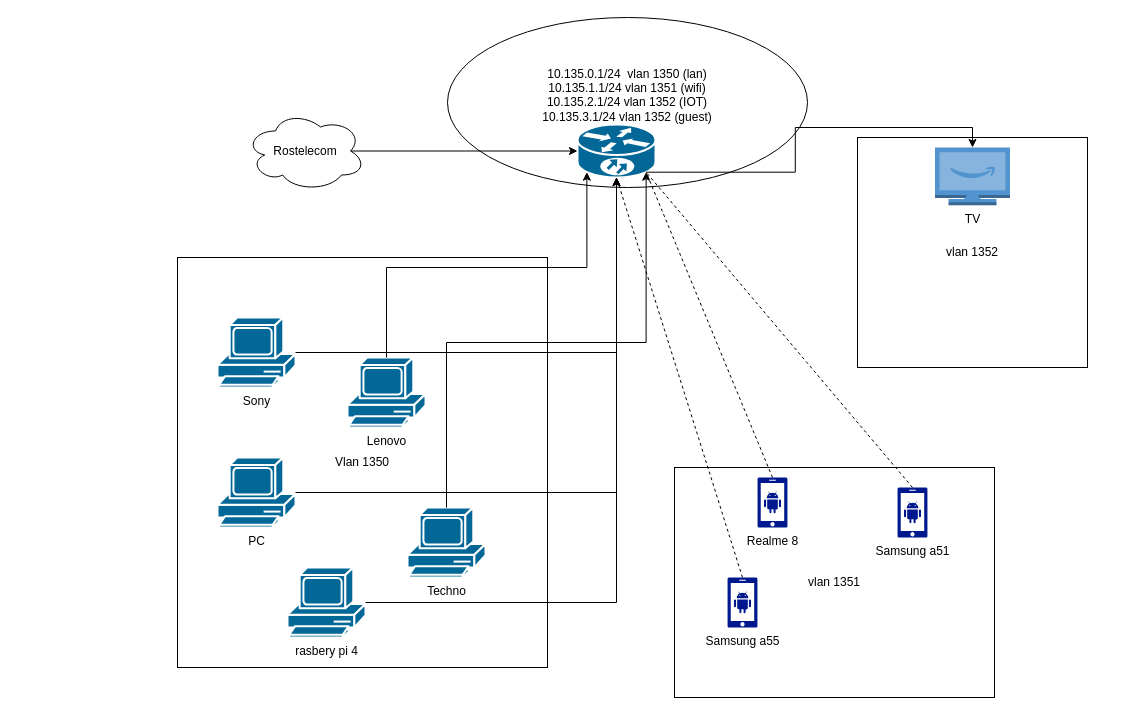
Earlier version of the draw.io diagram network-tosno.drawio (admin1350/PetroStudying). Source tidied: cells renumbered, new cells numbered last; positions are measured from the earlier drawing's top-left corner, leaving out a move shared by most shapes. Both pictures are drawn from the tidied source at 100%, with x=0, y=0 at pixel (177, 17).
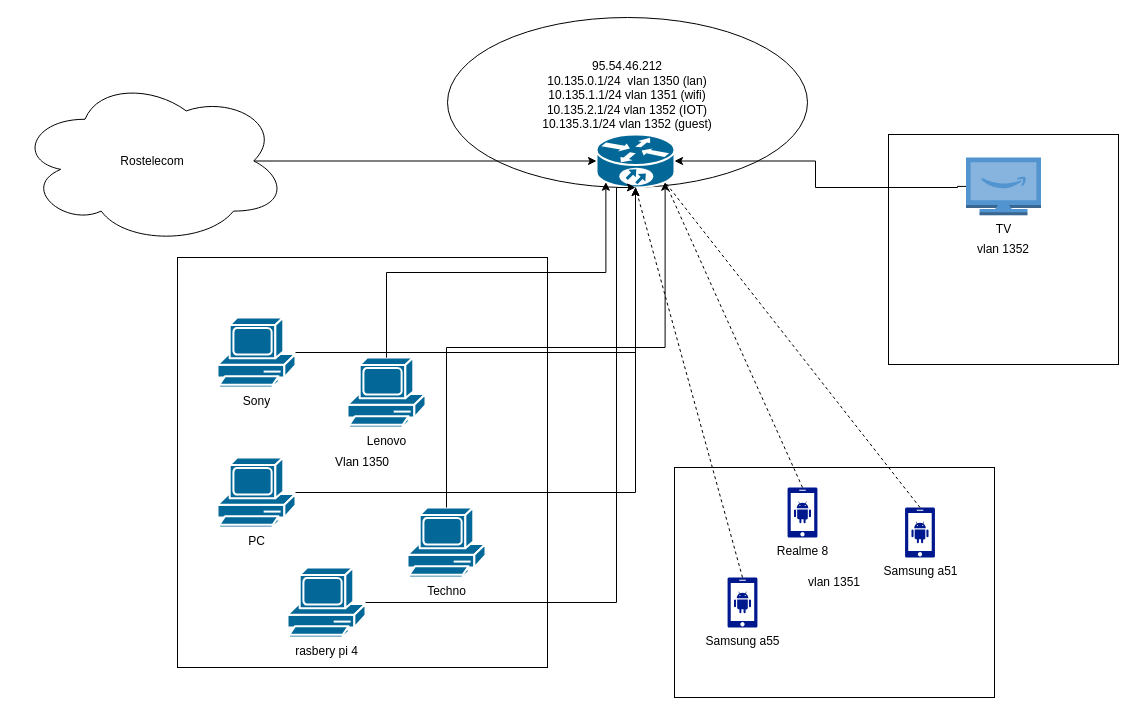
The same page after the edit.

What changed in the source:
```diff
@@
     <mxCell id="2" value="vlan 1352" style="whiteSpace=wrap;html=1;" parent="1" vertex="1">
-      <mxGeometry x="680" y="120" width="230" height="230" as="geometry" />
+      <mxGeometry x="711" y="117" width="230" height="230" as="geometry" />
     </mxCell>
@@
-    <mxCell id="5" value="&lt;div&gt;10.135.0.1/24&amp;nbsp; vlan 1350 (lan)&lt;/div&gt;&lt;div&gt;10.135.1.1/24 vlan 1351 (wifi)&lt;/div&gt;&lt;div&gt;10.135.2.1/24 vlan 1352 (IOT)&lt;/div&gt;&lt;div&gt;10.135.3.1/24 vlan 1352 (guest)&lt;/div&gt;&lt;div&gt;&lt;br&gt;&lt;/div&gt;" style="ellipse;whiteSpace=wrap;html=1;" parent="1" vertex="1">
+    <mxCell id="5" value="&lt;div&gt;95.54.46.212&lt;/div&gt;&lt;div&gt;10.135.0.1/24&amp;nbsp; vlan 1350 (lan)&lt;/div&gt;&lt;div&gt;10.135.1.1/24 vlan 1351 (wifi)&lt;/div&gt;&lt;div&gt;10.135.2.1/24 vlan 1352 (IOT)&lt;/div&gt;&lt;div&gt;10.135.3.1/24 vlan 1352 (guest)&lt;/div&gt;&lt;div&gt;&lt;br&gt;&lt;/div&gt;" style="ellipse;whiteSpace=wrap;html=1;" parent="1" vertex="1">
       <mxGeometry x="270" width="360" height="170" as="geometry" />
     </mxCell>
     <mxCell id="6" style="strokeColor=#ffffff;sketch=0;html=1;dashed=0;fillColor=#036897;strokeWidth=2;verticalLabelPosition=bottom;verticalAlign=top;align=center;outlineConnect=0;shape=mxgraph.cisco.routers.10700;" parent="1" vertex="1">
-      <mxGeometry x="400" y="107" width="78" height="53" as="geometry" />
+      <mxGeometry x="419" y="117" width="78" height="53" as="geometry" />
     </mxCell>
@@
     <mxCell id="8" value="TV" style="outlineConnect=0;dashed=0;verticalLabelPosition=bottom;verticalAlign=top;align=center;html=1;shape=mxgraph.aws3.fire_tv;fillColor=#5294CF;gradientColor=none;" parent="1" vertex="1">
-      <mxGeometry x="757.5" y="130" width="75" height="57.8" as="geometry" />
+      <mxGeometry x="788.5" y="140" width="75" height="57.8" as="geometry" />
     </mxCell>
-    <mxCell id="9" style="edgeStyle=orthogonalEdgeStyle;rounded=0;jettySize=auto;html=1;exitX=0.88;exitY=0.9;exitDx=0;exitDy=0;exitPerimeter=0;entryX=0.5;entryY=0;entryDx=0;entryDy=0;entryPerimeter=0;" parent="1" edge="1" source="6" target="8">
-      <mxGeometry relative="1" as="geometry" />
-    </mxCell>
     <mxCell id="10" value="Samsung a51" style="sketch=0;shadow=0;dashed=0;html=1;strokeColor=none;labelPosition=center;verticalLabelPosition=bottom;verticalAlign=top;align=center;fillColor=#00188D;shape=mxgraph.mscae.enterprise.android_phone;" parent="1" vertex="1">
-      <mxGeometry x="720" y="470" width="30" height="50" as="geometry" />
+      <mxGeometry x="727.5" y="490" width="30" height="50" as="geometry" />
     </mxCell>
@@
     <mxCell id="15" value="Realme 8" style="sketch=0;shadow=0;dashed=0;html=1;strokeColor=none;labelPosition=center;verticalLabelPosition=bottom;verticalAlign=top;align=center;fillColor=#00188D;shape=mxgraph.mscae.enterprise.android_phone;" parent="1" vertex="1">
-      <mxGeometry x="580" y="460" width="30" height="50" as="geometry" />
+      <mxGeometry x="610" y="470" width="30" height="50" as="geometry" />
     </mxCell>
@@
     <mxCell id="17" value="Rostelecom" style="ellipse;shape=cloud;whiteSpace=wrap;html=1;" parent="1" vertex="1">
-      <mxGeometry x="68" y="93.5" width="120" height="80" as="geometry" />
+      <mxGeometry x="-160" y="60" width="270" height="167" as="geometry" />
     </mxCell>
@@
+    <mxCell id="27" style="edgeStyle=orthogonalEdgeStyle;rounded=0;jettySize=auto;html=1;exitX=0;exitY=0.5;exitDx=0;exitDy=0;exitPerimeter=0;entryX=1;entryY=0.5;entryDx=0;entryDy=0;entryPerimeter=0;" parent="1" edge="1" source="8" target="6">
+      <mxGeometry relative="1" as="geometry">
+        <Array as="points">
+          <mxPoint x="780" y="170" />
+          <mxPoint x="638" y="170" />
+          <mxPoint x="638" y="144" />
+        </Array>
+      </mxGeometry>
+    </mxCell>
```
